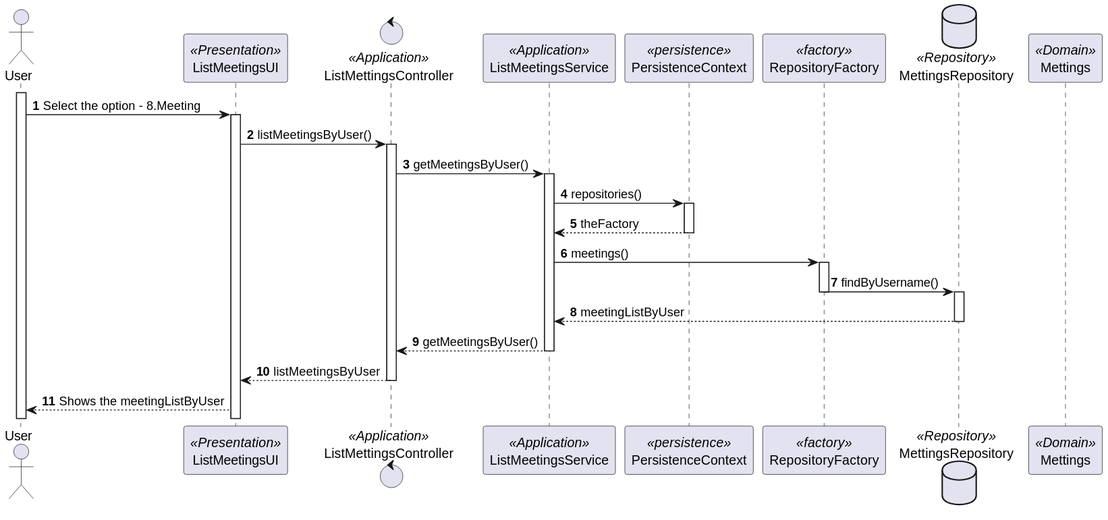
Earlier version of the PlantUML export docs/SPRINT C/US4004 - View a list of participants in my meeting and their status/Sequence_Diagram.svg (mascenso/isep-sem4-lapr4).
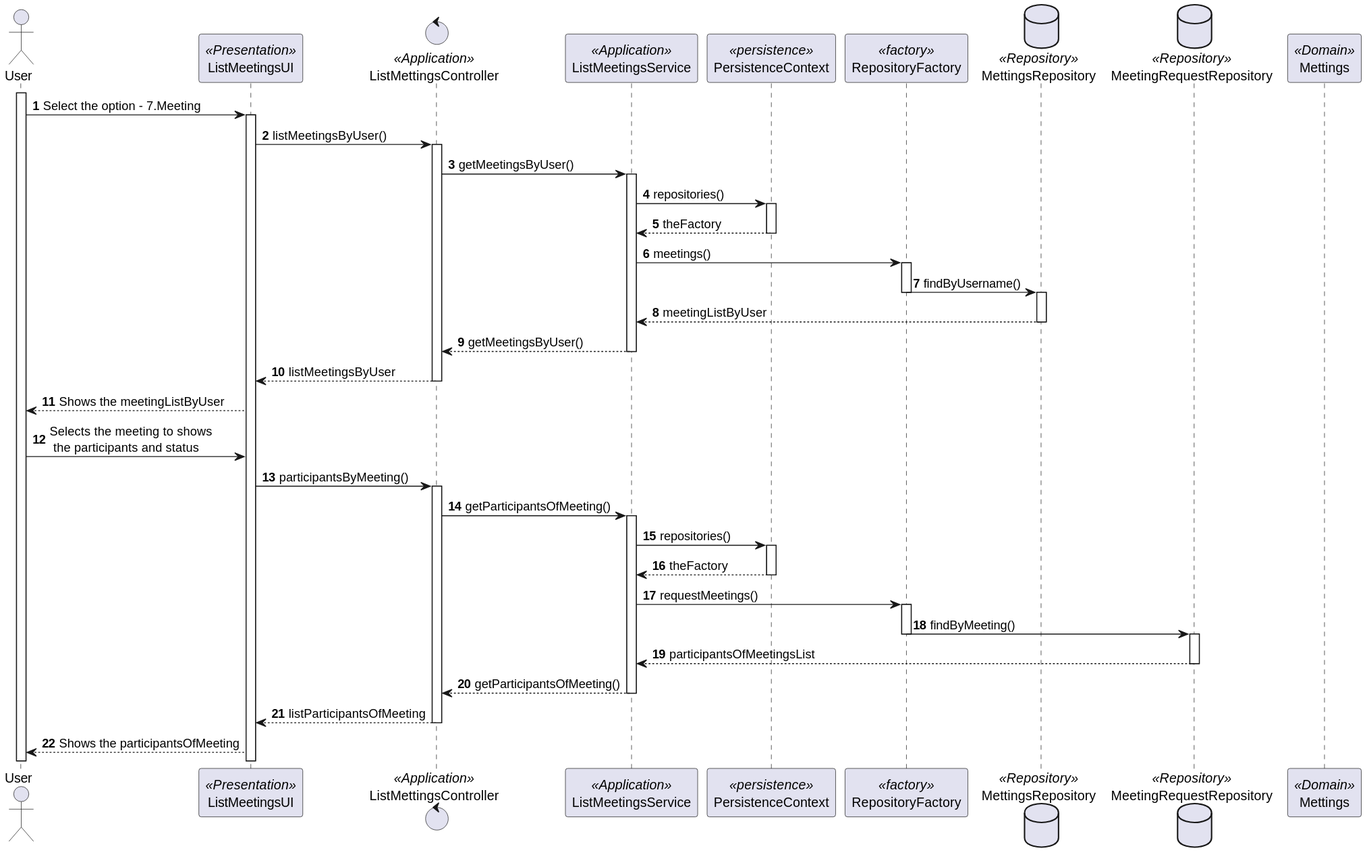
After the change.

What changed in the source:
```diff
@@ -3,16 +3,17 @@
 autonumber
 
 actor User
-participant ListMeetingsUI      as UI <<Presentation>>
-control ListMettingsController  as Controller <<Application>>
-participant ListMeetingsService as Service <<Application>>
-participant PersistenceContext  as Persistence <<persistence>>
-participant RepositoryFactory   as RepFactory <<factory>>
-database MettingsRepository     as Repository <<Repository>>
-participant "Mettings"          as Mettings <<Domain>>
+participant ListMeetingsUI          as UI <<Presentation>>
+control ListMettingsController      as Controller <<Application>>
+participant ListMeetingsService     as Service <<Application>>
+participant PersistenceContext      as Persistence <<persistence>>
+participant RepositoryFactory       as RepFactory <<factory>>
+database MettingsRepository         as Repository <<Repository>>
+database MeetingRequestRepository   as Repository2 <<Repository>>
+participant "Mettings"              as Mettings <<Domain>>
 
 activate User
-User -> UI                  : Select the option - 8.Meeting
+User -> UI                  : Select the option - 7.Meeting
 activate UI
 UI -> Controller            : listMeetingsByUser()
 activate Controller
@@ -34,7 +35,27 @@
 deactivate Service
 Controller --> UI           : listMeetingsByUser
 deactivate Controller
+UI --> User                 : Shows the meetingListByUser
 
-
-UI --> User                 : Shows the meetingListByUser
+User -> UI                  : Selects the meeting to shows\n the participants and status
+UI -> Controller            : participantsByMeeting()
+activate Controller
+Controller -> Service       : getParticipantsOfMeeting()
+activate Service
+Service -> Persistence      : repositories()
+activate Persistence
+Persistence --> Service     : theFactory
+deactivate Persistence
+Service -> RepFactory       : requestMeetings()
+activate RepFactory
+RepFactory -> Repository2    : findByMeeting()
+deactivate RepFactory
+activate Repository2
+Repository2 --> Service      : participantsOfMeetingsList
+deactivate Repository2
+Service --> Controller      : getParticipantsOfMeeting()
+deactivate Service
+Controller --> UI           : listParticipantsOfMeeting
+deactivate Controller
+UI --> User                 : Shows the participantsOfMeeting
 @enduml
```
